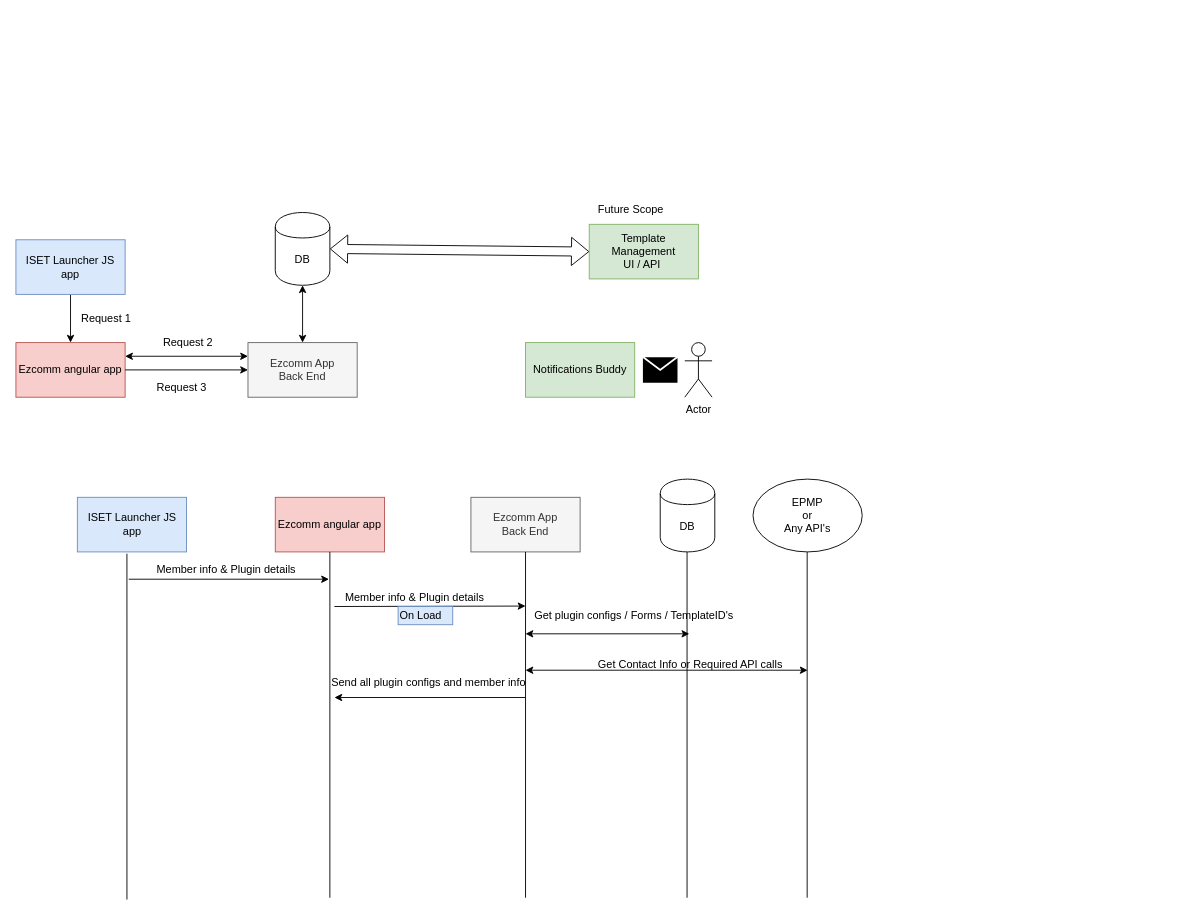
Above: Ezcomm_flow_req_and_res_bodies.drawio in rachakondaharish/DrawIo (draw.io), before the change. Source tidied: cells renumbered, new cells numbered last; positions are measured from the earlier drawing's top-left corner, leaving out a move shared by most shapes. Both pictures are drawn from the tidied source at 91%, with x=0, y=0 at pixel (15, 200).
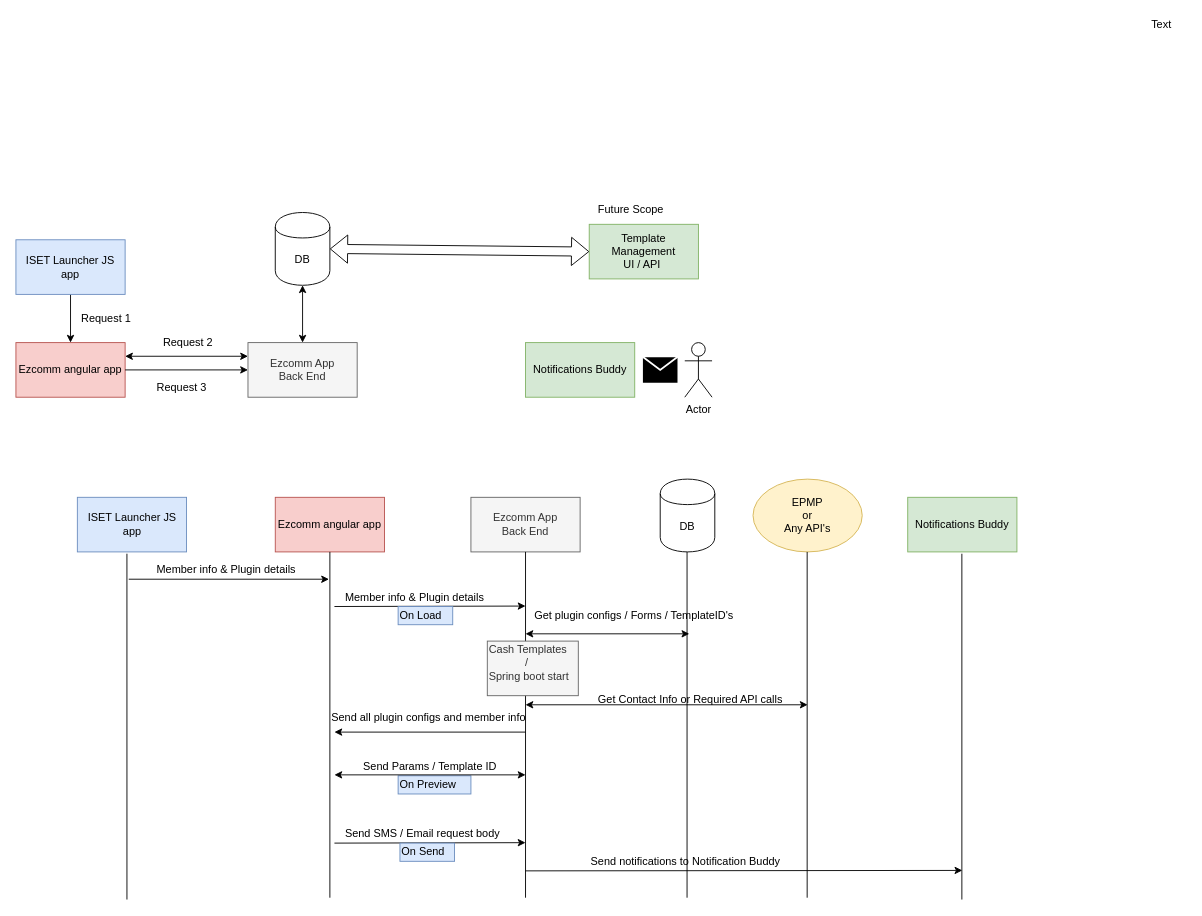
The same diagram, later.

Diff of the diagram source:
```diff
@@
-    <mxCell id="33" value="EPMP &lt;br&gt;or &lt;br&gt;Any API's" style="ellipse;whiteSpace=wrap;html=1;fillColor=#ffffff;" parent="1" vertex="1">
+    <mxCell id="33" value="EPMP &lt;br&gt;or &lt;br&gt;Any API's" style="ellipse;whiteSpace=wrap;html=1;fillColor=#fff2cc;strokeColor=#d6b656;" parent="1" vertex="1">
       <mxGeometry x="810" y="306" width="120" height="80" as="geometry" />
     </mxCell>
@@
     <mxCell id="35" style="endArrow=classic;startArrow=classic;html=1;" parent="1" edge="1">
       <mxGeometry relative="1" as="geometry">
-        <mxPoint x="560" y="516" as="sourcePoint" />
-        <mxPoint x="870" y="516" as="targetPoint" />
+        <mxPoint x="560" y="554" as="sourcePoint" />
+        <mxPoint x="870" y="554" as="targetPoint" />
       </mxGeometry>
     </mxCell>
     <mxCell id="36" value="Get Contact Info or Required API calls" style="text;html=1;align=left;verticalAlign=top;spacingTop=-4;" parent="1" vertex="1">
-      <mxGeometry x="638" y="500" width="220" height="20" as="geometry" />
+      <mxGeometry x="638" y="538" width="220" height="20" as="geometry" />
     </mxCell>
     <mxCell id="37" style="endArrow=classic;html=1;" parent="1" edge="1">
       <mxGeometry relative="1" as="geometry">
-        <mxPoint x="560" y="546" as="sourcePoint" />
-        <mxPoint x="350" y="546" as="targetPoint" />
+        <mxPoint x="560" y="584" as="sourcePoint" />
+        <mxPoint x="350" y="584" as="targetPoint" />
       </mxGeometry>
     </mxCell>
     <mxCell id="38" value="Send all plugin configs and member info" style="text;html=1;align=left;verticalAlign=top;spacingTop=-4;" parent="1" vertex="1">
-      <mxGeometry x="345" y="520" width="230" height="20" as="geometry" />
+      <mxGeometry x="345" y="558" width="230" height="20" as="geometry" />
     </mxCell>
@@
+    <mxCell id="40" value="On Preview" style="text;html=1;align=left;verticalAlign=top;spacingTop=-4;fillColor=#dae8fc;strokeColor=#6c8ebf;" parent="1" vertex="1">
+      <mxGeometry x="420" y="632" width="80" height="20" as="geometry" />
+    </mxCell>
+    <mxCell id="41" value="Send Params / Template ID" style="text;html=1;align=left;verticalAlign=top;spacingTop=-4;" parent="1" vertex="1">
+      <mxGeometry x="380" y="612" width="160" height="20" as="geometry" />
+    </mxCell>
+    <mxCell id="42" value="Cash Templates&lt;br&gt;&amp;nbsp; &amp;nbsp; &amp;nbsp; &amp;nbsp; &amp;nbsp; &amp;nbsp; /&lt;br&gt;Spring boot start&lt;br&gt;&amp;nbsp;&lt;br&gt;" style="text;html=1;align=left;verticalAlign=top;spacingTop=-4;fillColor=#f5f5f5;strokeColor=#666666;fontColor=#333333;" parent="1" vertex="1">
+      <mxGeometry x="518" y="484" width="100" height="60" as="geometry" />
+    </mxCell>
+    <mxCell id="43" style="endArrow=classic;startArrow=classic;html=1;" parent="1" edge="1">
+      <mxGeometry relative="1" as="geometry">
+        <mxPoint x="350" y="631" as="sourcePoint" />
+        <mxPoint x="560" y="631" as="targetPoint" />
+      </mxGeometry>
+    </mxCell>
+    <mxCell id="44" value="Text" style="text;html=1;align=left;verticalAlign=top;spacingTop=-4;" parent="1" vertex="1">
+      <mxGeometry x="1246" y="-203" width="40" height="20" as="geometry" />
+    </mxCell>
+    <mxCell id="45" value="Send SMS / Email request body" style="text;html=1;align=left;verticalAlign=top;spacingTop=-4;" parent="1" vertex="1">
+      <mxGeometry x="360" y="686" width="190" height="20" as="geometry" />
+    </mxCell>
+    <mxCell id="46" style="endArrow=classic;html=1;" parent="1" edge="1">
+      <mxGeometry relative="1" as="geometry">
+        <mxPoint x="350" y="706" as="sourcePoint" />
+        <mxPoint x="560" y="705.5" as="targetPoint" />
+      </mxGeometry>
+    </mxCell>
+    <mxCell id="47" value="Notifications Buddy" style="rounded=0;whiteSpace=wrap;html=1;fillColor=#d5e8d4;strokeColor=#82b366;" parent="1" vertex="1">
+      <mxGeometry x="980" y="326" width="120" height="60" as="geometry" />
+    </mxCell>
+    <mxCell id="48" style="endArrow=none;html=1;entryX=0.454;entryY=1.033;entryDx=0;entryDy=0;entryPerimeter=0;" parent="1" edge="1">
+      <mxGeometry relative="1" as="geometry">
+        <mxPoint x="1039.5" y="768" as="sourcePoint" />
+        <mxPoint x="1039.5" y="388" as="targetPoint" />
+      </mxGeometry>
+    </mxCell>
+    <mxCell id="49" style="endArrow=classic;html=1;" parent="1" edge="1">
+      <mxGeometry relative="1" as="geometry">
+        <mxPoint x="560" y="736.5" as="sourcePoint" />
+        <mxPoint x="1040" y="736" as="targetPoint" />
+      </mxGeometry>
+    </mxCell>
+    <mxCell id="50" value="Send notifications to Notification Buddy&amp;nbsp;" style="text;html=1;align=left;verticalAlign=top;spacingTop=-4;" parent="1" vertex="1">
+      <mxGeometry x="630" y="716" width="230" height="20" as="geometry" />
+    </mxCell>
+    <mxCell id="51" value="On Send" style="text;html=1;align=left;verticalAlign=top;spacingTop=-4;fillColor=#dae8fc;strokeColor=#6c8ebf;" parent="1" vertex="1">
+      <mxGeometry x="422" y="706" width="60" height="20" as="geometry" />
+    </mxCell>
```
